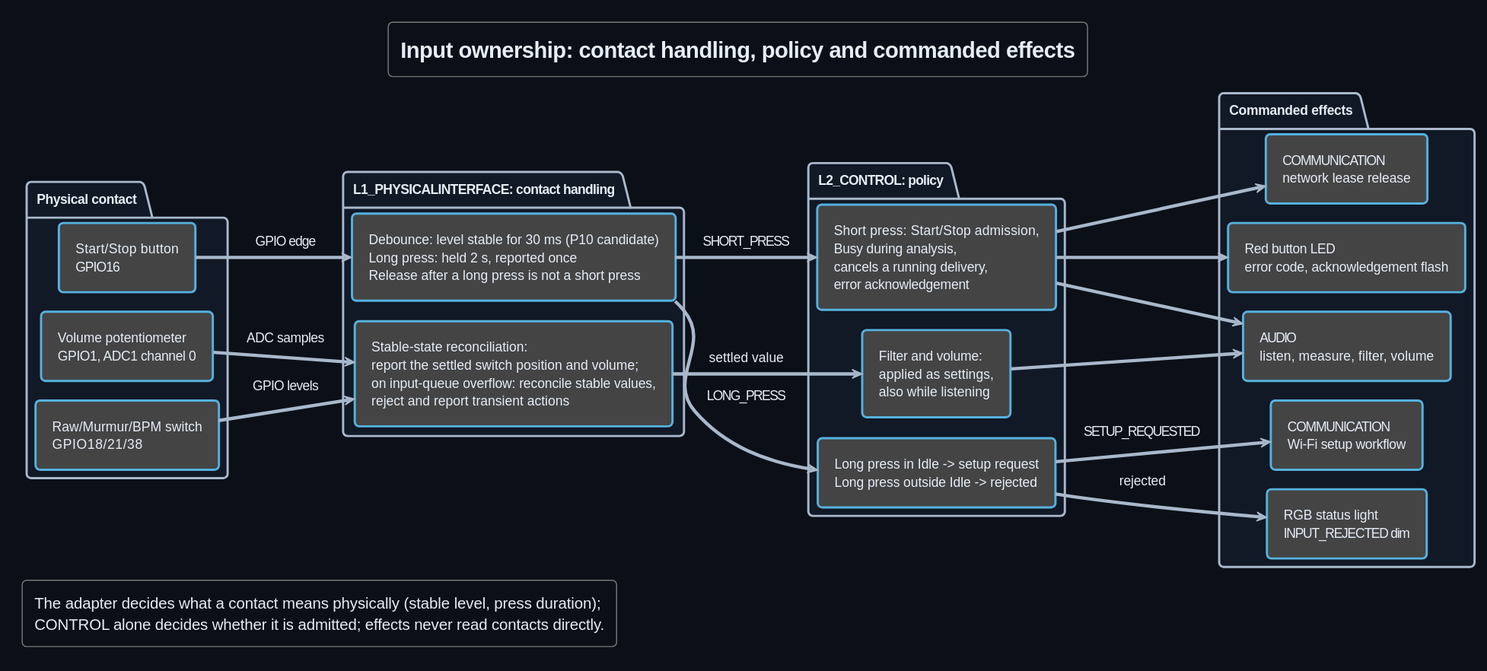
DemonicPsychoII/DigitalStethoscope keeps this PlantUML diagram as Development/system/architecture/system/rendered/input_ownership.svg. Above is the earlier version.
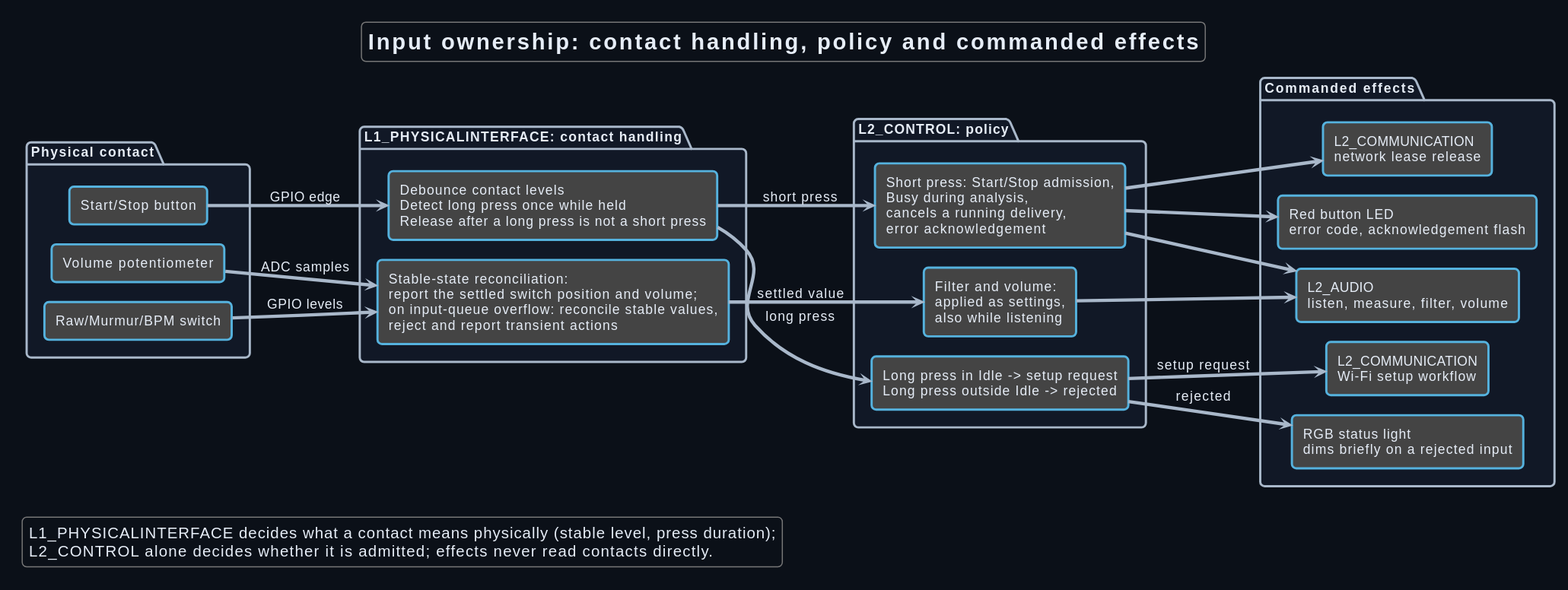
After the change.

Change to the diagram source:
```diff
@@ -7,8 +7,6 @@
 skinparam defaultFontColor #e6edf7
 skinparam ArrowColor #a9b8ca
 skinparam componentStyle rectangle
-skinparam rectangle {
-}
 skinparam package {
  BackgroundColor #111826
  BorderColor #a9b8ca
@@ -18,13 +16,13 @@
 left to right direction
 
 package "Physical contact" {
- rectangle "Start/Stop button\nGPIO16" as Button
- rectangle "Raw/Murmur/BPM switch\nGPIO18/21/38" as Switch
- rectangle "Volume potentiometer\nGPIO1, ADC1 channel 0" as Potentiometer
+ rectangle "Start/Stop button" as Button
+ rectangle "Raw/Murmur/BPM switch" as Switch
+ rectangle "Volume potentiometer" as Potentiometer
 }
 
 package "L1_PHYSICALINTERFACE: contact handling" {
- rectangle "Debounce: level stable for 30 ms (P10 candidate)\nLong press: held 2 s, reported once\nRelease after a long press is not a short press" as ButtonAdapter
+ rectangle "Debounce contact levels\nDetect long press once while held\nRelease after a long press is not a short press" as ButtonAdapter
  rectangle "Stable-state reconciliation:\nreport the settled switch position and volume;\non input-queue overflow: reconcile stable values,\nreject and report transient actions" as StableAdapter
 }
 
@@ -35,20 +33,20 @@
 }
 
 package "Commanded effects" {
- rectangle "COMMUNICATION\nWi-Fi setup workflow" as SetupEffect
- rectangle "RGB status light\nINPUT_REJECTED dim" as RejectEffect
- rectangle "AUDIO\nlisten, measure, filter, volume" as AudioEffect
- rectangle "COMMUNICATION\nnetwork lease release" as LeaseEffect
+ rectangle "L2_COMMUNICATION\nWi-Fi setup workflow" as SetupEffect
+ rectangle "RGB status light\ndims briefly on a rejected input" as RejectEffect
+ rectangle "L2_AUDIO\nlisten, measure, filter, volume" as AudioEffect
+ rectangle "L2_COMMUNICATION\nnetwork lease release" as LeaseEffect
  rectangle "Red button LED\nerror code, acknowledgement flash" as RedEffect
 }
 
 Button --> ButtonAdapter : GPIO edge
 Switch --> StableAdapter : GPIO levels
 Potentiometer --> StableAdapter : ADC samples
-ButtonAdapter --> LongPressPolicy : LONG_PRESS
-ButtonAdapter --> ShortPressPolicy : SHORT_PRESS
+ButtonAdapter --> LongPressPolicy : long press
+ButtonAdapter --> ShortPressPolicy : short press
 StableAdapter --> SettingPolicy : settled value
-LongPressPolicy --> SetupEffect : SETUP_REQUESTED
+LongPressPolicy --> SetupEffect : setup request
 LongPressPolicy --> RejectEffect : rejected
 ShortPressPolicy --> AudioEffect
 ShortPressPolicy --> LeaseEffect
@@ -56,7 +54,7 @@
 SettingPolicy --> AudioEffect
 
 legend bottom left
- The adapter decides what a contact means physically (stable level, press duration);
- CONTROL alone decides whether it is admitted; effects never read contacts directly.
+ L1_PHYSICALINTERFACE decides what a contact means physically (stable level, press duration);
+ L2_CONTROL alone decides whether it is admitted; effects never read contacts directly.
 endlegend
 @enduml
```
